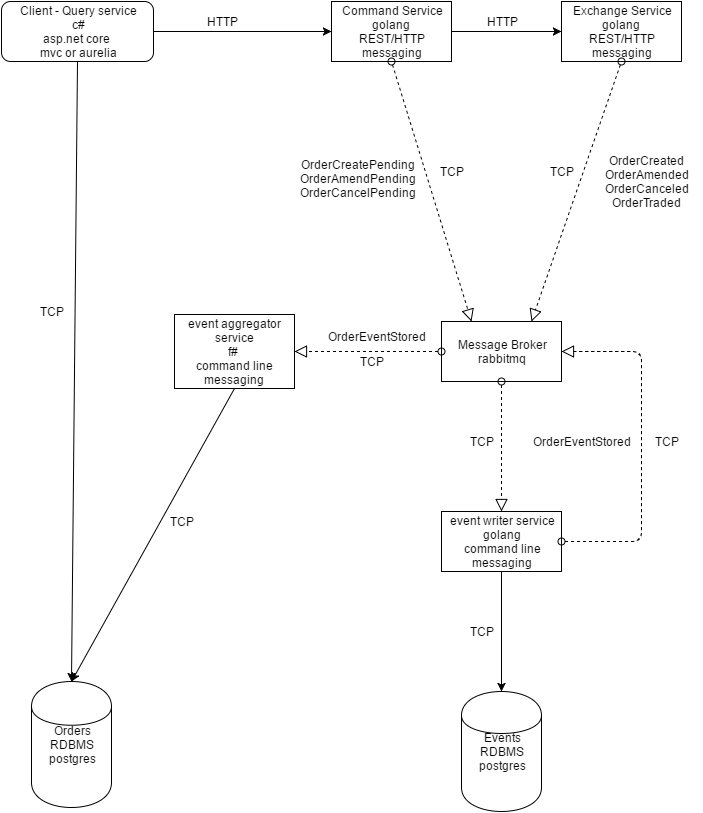
Earlier version of the draw.io export docs/arch/tradsim systems.png (tradsim/tradsim-arch). Source tidied: cells renumbered, new cells last; positions are measured from the earlier drawing's top-left corner, leaving out a move shared by most shapes. Its diagram source:
```xml
<mxGraphModel background="#ffffff">
  <root>
    <mxCell id="0" />
    <mxCell id="1" parent="0" />
    <mxCell id="2" value="Events&lt;div&gt;RDBMS&lt;/div&gt;&lt;div&gt;postgres&lt;/div&gt;" style="shape=cylinder;whiteSpace=wrap;html=1;" parent="1" vertex="1">
      <mxGeometry x="460" y="690" width="80" height="120" as="geometry" />
    </mxCell>
    <mxCell id="3" value="Orders&lt;div&gt;RDBMS&lt;/div&gt;&lt;div&gt;postgres&lt;/div&gt;" style="shape=cylinder;whiteSpace=wrap;html=1;" parent="1" vertex="1">
      <mxGeometry x="30" y="680" width="80" height="126" as="geometry" />
    </mxCell>
    <mxCell id="4" value="Exchange Service&lt;div&gt;golang&amp;nbsp;&lt;/div&gt;&lt;div&gt;REST/HTTP&lt;/div&gt;&lt;div&gt;&lt;span&gt;messaging&lt;/span&gt;&lt;br&gt;&lt;/div&gt;" style="whiteSpace=wrap;html=1;" parent="1" vertex="1">
      <mxGeometry x="560" width="120" height="60" as="geometry" />
    </mxCell>
    <mxCell id="5" value="Command Service&lt;div&gt;golang&amp;nbsp;&lt;/div&gt;&lt;div&gt;REST/HTTP&lt;/div&gt;&lt;div&gt;messaging&lt;/div&gt;" style="whiteSpace=wrap;html=1;" parent="1" vertex="1">
      <mxGeometry x="330" width="120" height="60" as="geometry" />
    </mxCell>
    <mxCell id="6" value="event aggregator service&lt;div&gt;f#&amp;nbsp;&lt;/div&gt;&lt;div&gt;command line&lt;/div&gt;&lt;div&gt;&lt;span&gt;messaging&lt;/span&gt;&lt;br&gt;&lt;/div&gt;" style="whiteSpace=wrap;html=1;" parent="1" vertex="1">
      <mxGeometry x="173" y="313" width="120" height="74" as="geometry" />
    </mxCell>
    <mxCell id="7" style="edgeStyle=none;rounded=0;html=1;exitX=0.5;exitY=1;entryX=0.5;entryY=0;jettySize=auto;" parent="1" edge="1" source="8" target="3">
      <mxGeometry relative="1" as="geometry" />
    </mxCell>
    <mxCell id="8" value="Client - Query service&lt;div&gt;c#&lt;/div&gt;&lt;div&gt;&lt;span&gt;asp.net core&amp;nbsp;&lt;/span&gt;&lt;/div&gt;&lt;div&gt;&lt;span&gt;mvc or aurelia&lt;/span&gt;&lt;br&gt;&lt;/div&gt;" style="rounded=1;whiteSpace=wrap;html=1;" parent="1" vertex="1">
      <mxGeometry width="152" height="60" as="geometry" />
    </mxCell>
    <mxCell id="9" style="endArrow=classic;html=1;exitX=1;exitY=0.5;entryX=0;entryY=0.5;" parent="1" edge="1" source="8" target="5">
      <mxGeometry relative="1" as="geometry" />
    </mxCell>
    <mxCell id="10" style="endArrow=classic;html=1;exitX=1;exitY=0.5;entryX=0;entryY=0.5;" parent="1" edge="1" source="5" target="4">
      <mxGeometry relative="1" as="geometry" />
    </mxCell>
    <mxCell id="11" style="endArrow=classic;html=1;exitX=0.5;exitY=1;entryX=0.5;entryY=0;" parent="1" edge="1" source="6" target="3">
      <mxGeometry relative="1" as="geometry" />
    </mxCell>
    <mxCell id="12" value="Message Broker&lt;div&gt;rabbitmq&lt;/div&gt;" style="whiteSpace=wrap;html=1;" parent="1" vertex="1">
      <mxGeometry x="440" y="320" width="120" height="60" as="geometry" />
    </mxCell>
    <mxCell id="13" style="startArrow=oval;startFill=0;startSize=7;endArrow=block;endFill=0;endSize=10;dashed=1;html=1;exitX=0.5;exitY=1;entryX=0.75;entryY=0;" parent="1" edge="1" source="4" target="12">
      <mxGeometry relative="1" as="geometry" />
    </mxCell>
    <mxCell id="14" value="OrderCreated&lt;div&gt;OrderAmended&lt;/div&gt;&lt;div&gt;OrderCanceled&lt;/div&gt;&lt;div&gt;OrderTraded&lt;/div&gt;" style="text;html=1;strokeColor=none;fillColor=none;align=center;verticalAlign=middle;whiteSpace=wrap;overflow=hidden;" parent="1" vertex="1">
      <mxGeometry x="590" y="145" width="110" height="70" as="geometry" />
    </mxCell>
    <mxCell id="15" value="OrderCreatePending&lt;div&gt;OrderAmendPending&lt;/div&gt;&lt;div&gt;OrderCancelPending&lt;/div&gt;&lt;div&gt;&lt;br&gt;&lt;/div&gt;" style="text;html=1;strokeColor=none;fillColor=none;align=center;verticalAlign=middle;whiteSpace=wrap;overflow=hidden;" parent="1" vertex="1">
      <mxGeometry x="293" y="155" width="125" height="50" as="geometry" />
    </mxCell>
    <mxCell id="16" style="startArrow=oval;startFill=0;startSize=7;endArrow=block;endFill=0;endSize=10;dashed=1;html=1;exitX=0.5;exitY=1;entryX=0.25;entryY=0;" parent="1" edge="1" source="5" target="12">
      <mxGeometry x="580" y="200" as="geometry" />
    </mxCell>
    <mxCell id="17" value="event writer&amp;nbsp;&lt;span style=&quot;line-height: 1.2&quot;&gt;service&lt;/span&gt;&lt;div&gt;golang&lt;/div&gt;&lt;div&gt;command line&lt;/div&gt;&lt;div&gt;&lt;span&gt;messaging&lt;/span&gt;&lt;br&gt;&lt;/div&gt;" style="whiteSpace=wrap;html=1;" parent="1" vertex="1">
      <mxGeometry x="440" y="510" width="120" height="60" as="geometry" />
    </mxCell>
    <mxCell id="18" style="endArrow=classic;html=1;entryX=0.5;entryY=0;exitX=0.5;exitY=1;" parent="1" edge="1" source="17" target="2">
      <mxGeometry relative="1" as="geometry" />
    </mxCell>
    <mxCell id="19" style="startArrow=oval;startFill=0;startSize=7;endArrow=block;endFill=0;endSize=10;dashed=1;html=1;exitX=1;exitY=0.5;entryX=1;entryY=0.5;" parent="1" edge="1" source="17" target="12">
      <mxGeometry x="690" y="598" as="geometry">
        <Array as="points">
          <mxPoint x="640" y="540" />
          <mxPoint x="640" y="350" />
        </Array>
      </mxGeometry>
    </mxCell>
    <mxCell id="20" style="startArrow=oval;startFill=0;startSize=7;endArrow=block;endFill=0;endSize=10;dashed=1;html=1;exitX=0;exitY=0.5;entryX=1;entryY=0.5;" parent="1" edge="1" source="12" target="6">
      <mxGeometry x="590" y="210" as="geometry" />
    </mxCell>
    <mxCell id="21" value="OrderEventStored" style="text;html=1;strokeColor=none;fillColor=none;align=center;verticalAlign=middle;whiteSpace=wrap;overflow=hidden;" parent="1" vertex="1">
      <mxGeometry x="525" y="430" width="110" height="20" as="geometry" />
    </mxCell>
    <mxCell id="22" value="OrderEventStored" style="text;html=1;strokeColor=none;fillColor=none;align=center;verticalAlign=middle;whiteSpace=wrap;overflow=hidden;" parent="1" vertex="1">
      <mxGeometry x="320" y="320" width="110" height="30" as="geometry" />
    </mxCell>
    <mxCell id="23" value="HTTP" style="text;html=1;strokeColor=none;fillColor=none;align=center;verticalAlign=middle;whiteSpace=wrap;overflow=hidden;" parent="1" vertex="1">
      <mxGeometry x="200" y="10" width="40" height="20" as="geometry" />
    </mxCell>
    <mxCell id="24" value="HTTP" style="text;html=1;strokeColor=none;fillColor=none;align=center;verticalAlign=middle;whiteSpace=wrap;overflow=hidden;" parent="1" vertex="1">
      <mxGeometry x="480" y="10" width="40" height="20" as="geometry" />
    </mxCell>
    <mxCell id="25" value="TCP" style="text;html=1;strokeColor=none;fillColor=none;align=center;verticalAlign=middle;whiteSpace=wrap;overflow=hidden;" parent="1" vertex="1">
      <mxGeometry x="160" y="510" width="40" height="20" as="geometry" />
    </mxCell>
    <mxCell id="26" value="TCP" style="text;html=1;strokeColor=none;fillColor=none;align=center;verticalAlign=middle;whiteSpace=wrap;overflow=hidden;" parent="1" vertex="1">
      <mxGeometry x="350" y="350" width="40" height="20" as="geometry" />
    </mxCell>
    <mxCell id="27" value="TCP" style="text;html=1;strokeColor=none;fillColor=none;align=center;verticalAlign=middle;whiteSpace=wrap;overflow=hidden;" parent="1" vertex="1">
      <mxGeometry x="430" y="160" width="40" height="20" as="geometry" />
    </mxCell>
    <mxCell id="28" value="TCP" style="text;html=1;strokeColor=none;fillColor=none;align=center;verticalAlign=middle;whiteSpace=wrap;overflow=hidden;" parent="1" vertex="1">
      <mxGeometry x="540" y="160" width="40" height="20" as="geometry" />
    </mxCell>
    <mxCell id="29" value="TCP" style="text;html=1;strokeColor=none;fillColor=none;align=center;verticalAlign=middle;whiteSpace=wrap;overflow=hidden;" parent="1" vertex="1">
      <mxGeometry x="645" y="430" width="40" height="20" as="geometry" />
    </mxCell>
    <mxCell id="30" style="startArrow=oval;startFill=0;startSize=7;endArrow=block;endFill=0;endSize=10;dashed=1;html=1;exitX=0.5;exitY=1;entryX=0.5;entryY=0;" parent="1" edge="1" source="12" target="17">
      <mxGeometry x="545" y="345" as="geometry" />
    </mxCell>
    <mxCell id="31" value="TCP" style="text;html=1;strokeColor=none;fillColor=none;align=center;verticalAlign=middle;whiteSpace=wrap;overflow=hidden;" parent="1" vertex="1">
      <mxGeometry x="460" y="430" width="40" height="20" as="geometry" />
    </mxCell>
    <mxCell id="32" value="TCP" style="text;html=1;strokeColor=none;fillColor=none;align=center;verticalAlign=middle;whiteSpace=wrap;overflow=hidden;" parent="1" vertex="1">
      <mxGeometry x="460" y="620" width="40" height="20" as="geometry" />
    </mxCell>
    <mxCell id="33" value="TCP" style="text;html=1;strokeColor=none;fillColor=none;align=center;verticalAlign=middle;whiteSpace=wrap;overflow=hidden;" parent="1" vertex="1">
      <mxGeometry x="30" y="300" width="40" height="20" as="geometry" />
    </mxCell>
  </root>
</mxGraphModel>
```
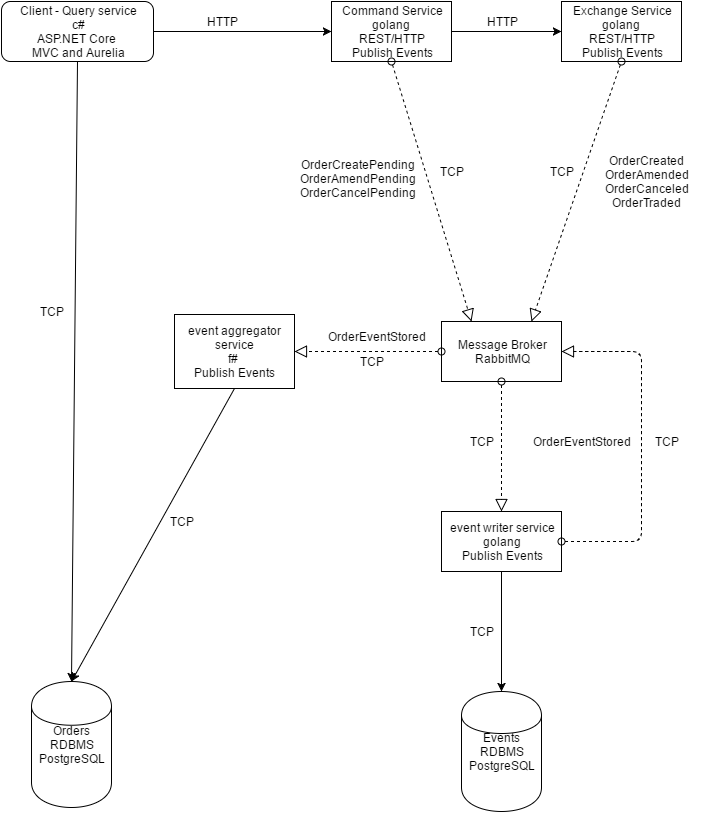
Above is the later version.

Commit message:
worked on readme and diagrams

The edit, as a diff of the source:
```diff
@@ -2,25 +2,25 @@
   <root>
     <mxCell id="0" />
     <mxCell id="1" parent="0" />
-    <mxCell id="2" value="Events&lt;div&gt;RDBMS&lt;/div&gt;&lt;div&gt;postgres&lt;/div&gt;" style="shape=cylinder;whiteSpace=wrap;html=1;" parent="1" vertex="1">
+    <mxCell id="2" value="Events&lt;div&gt;RDBMS&lt;/div&gt;&lt;div&gt;PostgreSQL&lt;/div&gt;" style="shape=cylinder;whiteSpace=wrap;html=1;" parent="1" vertex="1">
       <mxGeometry x="460" y="690" width="80" height="120" as="geometry" />
     </mxCell>
-    <mxCell id="3" value="Orders&lt;div&gt;RDBMS&lt;/div&gt;&lt;div&gt;postgres&lt;/div&gt;" style="shape=cylinder;whiteSpace=wrap;html=1;" parent="1" vertex="1">
+    <mxCell id="3" value="Orders&lt;div&gt;RDBMS&lt;/div&gt;&lt;div&gt;PostgreSQL&lt;/div&gt;" style="shape=cylinder;whiteSpace=wrap;html=1;" parent="1" vertex="1">
       <mxGeometry x="30" y="680" width="80" height="126" as="geometry" />
     </mxCell>
-    <mxCell id="4" value="Exchange Service&lt;div&gt;golang&amp;nbsp;&lt;/div&gt;&lt;div&gt;REST/HTTP&lt;/div&gt;&lt;div&gt;&lt;span&gt;messaging&lt;/span&gt;&lt;br&gt;&lt;/div&gt;" style="whiteSpace=wrap;html=1;" parent="1" vertex="1">
+    <mxCell id="4" value="Exchange Service&lt;div&gt;golang&amp;nbsp;&lt;/div&gt;&lt;div&gt;REST/HTTP&lt;/div&gt;&lt;div&gt;&lt;span&gt;Publish Events&lt;/span&gt;&lt;br&gt;&lt;/div&gt;" style="whiteSpace=wrap;html=1;" parent="1" vertex="1">
       <mxGeometry x="560" width="120" height="60" as="geometry" />
     </mxCell>
-    <mxCell id="5" value="Command Service&lt;div&gt;golang&amp;nbsp;&lt;/div&gt;&lt;div&gt;REST/HTTP&lt;/div&gt;&lt;div&gt;messaging&lt;/div&gt;" style="whiteSpace=wrap;html=1;" parent="1" vertex="1">
+    <mxCell id="5" value="Command Service&lt;div&gt;golang&amp;nbsp;&lt;/div&gt;&lt;div&gt;REST/HTTP&lt;/div&gt;&lt;div&gt;Publish Events&lt;/div&gt;" style="whiteSpace=wrap;html=1;" parent="1" vertex="1">
       <mxGeometry x="330" width="120" height="60" as="geometry" />
     </mxCell>
-    <mxCell id="6" value="event aggregator service&lt;div&gt;f#&amp;nbsp;&lt;/div&gt;&lt;div&gt;command line&lt;/div&gt;&lt;div&gt;&lt;span&gt;messaging&lt;/span&gt;&lt;br&gt;&lt;/div&gt;" style="whiteSpace=wrap;html=1;" parent="1" vertex="1">
+    <mxCell id="6" value="event aggregator service&lt;div&gt;f#&amp;nbsp;&lt;/div&gt;&lt;div&gt;&lt;span&gt;Publish Events&lt;/span&gt;&lt;br&gt;&lt;/div&gt;" style="whiteSpace=wrap;html=1;" parent="1" vertex="1">
       <mxGeometry x="173" y="313" width="120" height="74" as="geometry" />
     </mxCell>
     <mxCell id="7" style="edgeStyle=none;rounded=0;html=1;exitX=0.5;exitY=1;entryX=0.5;entryY=0;jettySize=auto;" parent="1" edge="1" source="8" target="3">
       <mxGeometry relative="1" as="geometry" />
     </mxCell>
-    <mxCell id="8" value="Client - Query service&lt;div&gt;c#&lt;/div&gt;&lt;div&gt;&lt;span&gt;asp.net core&amp;nbsp;&lt;/span&gt;&lt;/div&gt;&lt;div&gt;&lt;span&gt;mvc or aurelia&lt;/span&gt;&lt;br&gt;&lt;/div&gt;" style="rounded=1;whiteSpace=wrap;html=1;" parent="1" vertex="1">
+    <mxCell id="8" value="Client - Query service&lt;div&gt;c#&lt;/div&gt;&lt;div&gt;&lt;span&gt;ASP.NET Core&amp;nbsp;&lt;/span&gt;&lt;/div&gt;&lt;div&gt;&lt;span&gt;MVC and Aurelia&lt;/span&gt;&lt;br&gt;&lt;/div&gt;" style="rounded=1;whiteSpace=wrap;html=1;" parent="1" vertex="1">
       <mxGeometry width="152" height="60" as="geometry" />
     </mxCell>
     <mxCell id="9" style="endArrow=classic;html=1;exitX=1;exitY=0.5;entryX=0;entryY=0.5;" parent="1" edge="1" source="8" target="5">
@@ -32,7 +32,7 @@
     <mxCell id="11" style="endArrow=classic;html=1;exitX=0.5;exitY=1;entryX=0.5;entryY=0;" parent="1" edge="1" source="6" target="3">
       <mxGeometry relative="1" as="geometry" />
     </mxCell>
-    <mxCell id="12" value="Message Broker&lt;div&gt;rabbitmq&lt;/div&gt;" style="whiteSpace=wrap;html=1;" parent="1" vertex="1">
+    <mxCell id="12" value="Message Broker&lt;div&gt;RabbitMQ&lt;/div&gt;" style="whiteSpace=wrap;html=1;" parent="1" vertex="1">
       <mxGeometry x="440" y="320" width="120" height="60" as="geometry" />
     </mxCell>
     <mxCell id="13" style="startArrow=oval;startFill=0;startSize=7;endArrow=block;endFill=0;endSize=10;dashed=1;html=1;exitX=0.5;exitY=1;entryX=0.75;entryY=0;" parent="1" edge="1" source="4" target="12">
@@ -47,7 +47,7 @@
     <mxCell id="16" style="startArrow=oval;startFill=0;startSize=7;endArrow=block;endFill=0;endSize=10;dashed=1;html=1;exitX=0.5;exitY=1;entryX=0.25;entryY=0;" parent="1" edge="1" source="5" target="12">
       <mxGeometry x="580" y="200" as="geometry" />
     </mxCell>
-    <mxCell id="17" value="event writer&amp;nbsp;&lt;span style=&quot;line-height: 1.2&quot;&gt;service&lt;/span&gt;&lt;div&gt;golang&lt;/div&gt;&lt;div&gt;command line&lt;/div&gt;&lt;div&gt;&lt;span&gt;messaging&lt;/span&gt;&lt;br&gt;&lt;/div&gt;" style="whiteSpace=wrap;html=1;" parent="1" vertex="1">
+    <mxCell id="17" value="event writer&amp;nbsp;&lt;span style=&quot;line-height: 1.2&quot;&gt;service&lt;/span&gt;&lt;div&gt;golang&lt;/div&gt;&lt;div&gt;&lt;span&gt;Publish Events&lt;/span&gt;&lt;br&gt;&lt;/div&gt;" style="whiteSpace=wrap;html=1;" parent="1" vertex="1">
       <mxGeometry x="440" y="510" width="120" height="60" as="geometry" />
     </mxCell>
     <mxCell id="18" style="endArrow=classic;html=1;entryX=0.5;entryY=0;exitX=0.5;exitY=1;" parent="1" edge="1" source="17" target="2">
```
